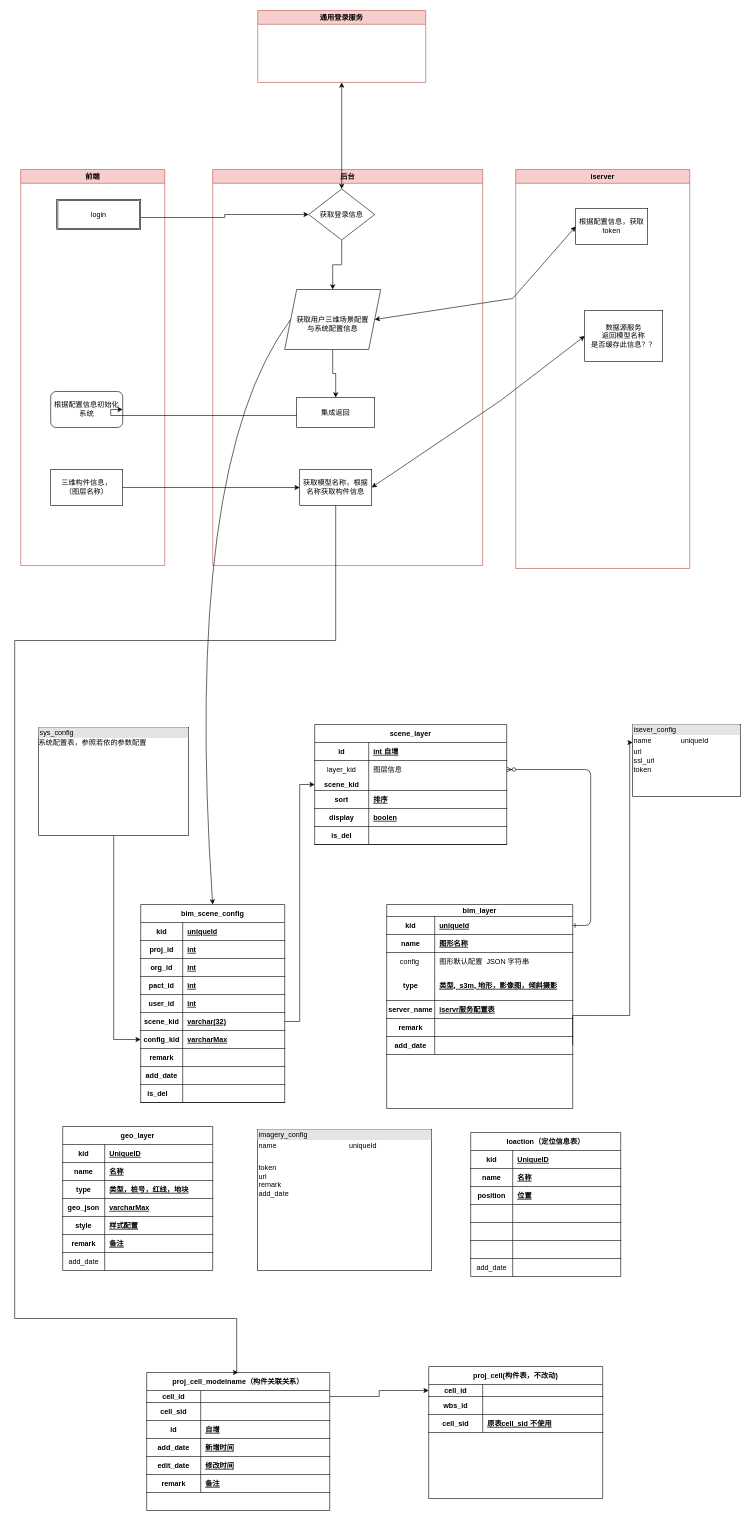
Before: wpbim/sql.drawio in eleven7/diagrams, a draw.io diagram. Source tidied: cells renumbered, new cells numbered last; positions are measured from the earlier drawing's top-left corner, leaving out a move shared by most shapes. Both pictures are drawn from the tidied source at 60%, with x=0, y=0 at pixel (14, 10).
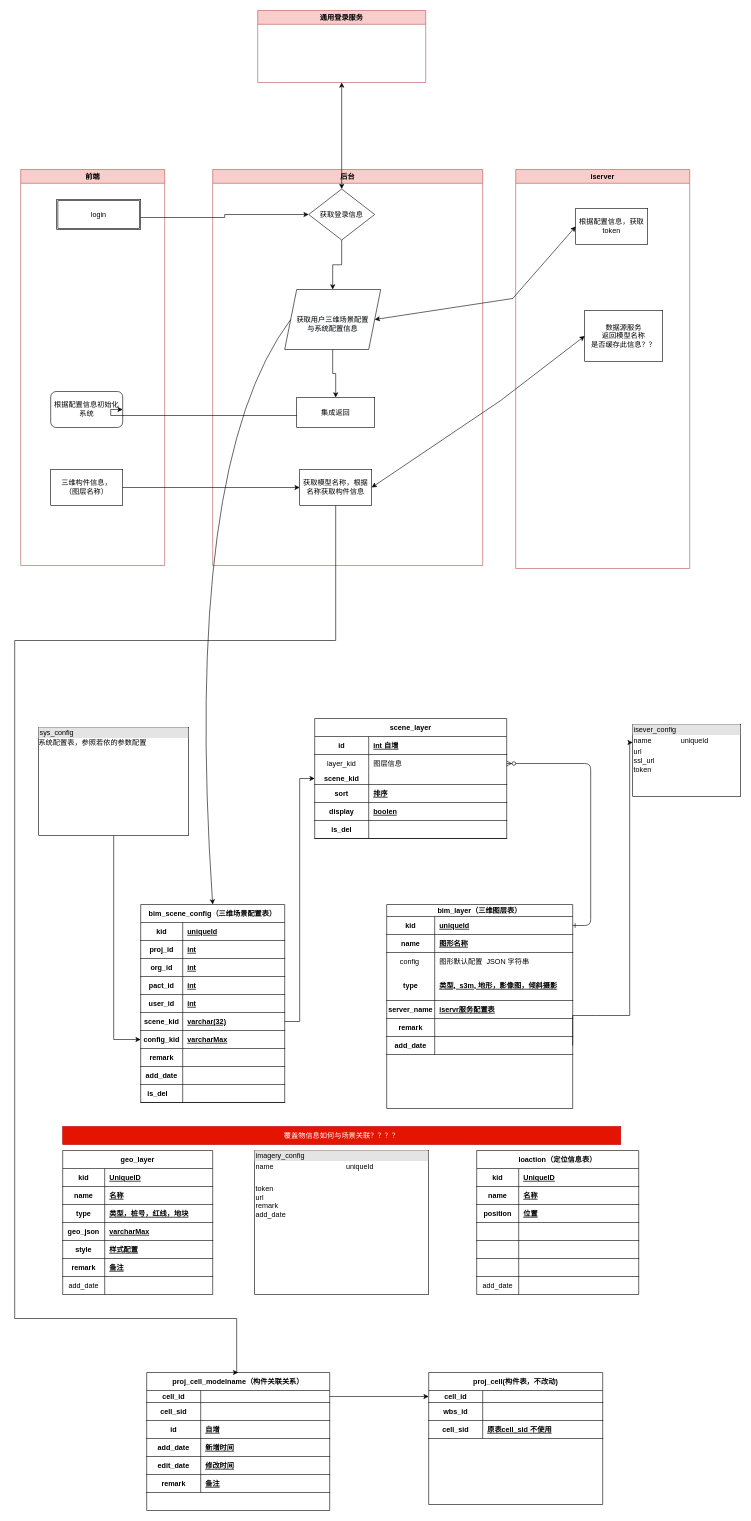
Above is the later version.

The change refers to these unchanged cells:
```xml
<mxCell id="9" value="后台" style="swimlane;whiteSpace=wrap;fillColor=#f8cecc;strokeColor=#b85450;" parent="1" vertex="1">
  <mxGeometry x="330" y="265" width="450" height="660" as="geometry" />
</mxCell>
```

The edit, as a diff of the source:
```diff
@@
-    <mxCell id="15" value="bim_layer" style="shape=table;startSize=20;childLayout=tableLayout;rowLines=0;fontStyle=1;align=center;" parent="9" vertex="1">
+    <mxCell id="15" value="bim_layer（三维图层表）" style="shape=table;startSize=20;childLayout=tableLayout;rowLines=0;fontStyle=1;align=center;" parent="9" vertex="1">
       <mxGeometry x="290" y="1225" width="310" height="340" as="geometry" />
     </mxCell>
@@
-    <mxCell id="37" value="bim_scene_config" style="shape=table;startSize=30;childLayout=tableLayout;rowLines=0;fontStyle=1;align=center;" parent="9" vertex="1">
+    <mxCell id="37" value="bim_scene_config（三维场景配置表）" style="shape=table;startSize=30;childLayout=tableLayout;rowLines=0;fontStyle=1;align=center;" parent="9" vertex="1">
       <mxGeometry x="-120" y="1225" width="240" height="330" as="geometry" />
     </mxCell>
@@
     <mxCell id="78" value="proj_cell(构件表，不改动)" style="shape=table;startSize=30;childLayout=tableLayout;rowLines=0;fontStyle=1;align=center;" parent="1" vertex="1">
-      <mxGeometry x="690" y="2260" width="290" height="220" as="geometry" />
+      <mxGeometry x="690" y="2270" width="290" height="220" as="geometry" />
     </mxCell>
@@
     <mxCell id="109" value="geo_layer" style="shape=table;startSize=30;childLayout=tableLayout;rowLines=0;fontStyle=1;align=center;" parent="1" vertex="1">
-      <mxGeometry x="80" y="1860" width="250" height="240" as="geometry" />
+      <mxGeometry x="80" y="1900" width="250" height="240" as="geometry" />
     </mxCell>
@@
     <mxCell id="131" value="&lt;div style=&quot;box-sizing:border-box;width:100%;background:#e4e4e4;padding:2px;&quot;&gt;imagery_config&lt;/div&gt;&lt;table style=&quot;width:100%;font-size:1em;&quot; cellpadding=&quot;2&quot; cellspacing=&quot;0&quot;&gt;&lt;tbody&gt;&lt;tr&gt;&lt;td&gt;name&lt;/td&gt;&lt;td&gt;uniqueId&lt;/td&gt;&lt;/tr&gt;&lt;tr&gt;&lt;td&gt;&lt;br&gt;&lt;/td&gt;&lt;td&gt;&lt;/td&gt;&lt;/tr&gt;&lt;tr&gt;&lt;td&gt;token&lt;br&gt;url&lt;br&gt;remark&lt;br&gt;add_date&lt;br&gt;&lt;br&gt;&lt;/td&gt;&lt;td&gt;&lt;br&gt;&lt;/td&gt;&lt;/tr&gt;&lt;/tbody&gt;&lt;/table&gt;" style="verticalAlign=top;align=left;overflow=fill;html=1;" parent="1" vertex="1">
-      <mxGeometry x="405" y="1865" width="290" height="235" as="geometry" />
+      <mxGeometry x="400" y="1900" width="290" height="240" as="geometry" />
     </mxCell>
     <mxCell id="132" value="loaction（定位信息表）" style="shape=table;startSize=30;childLayout=tableLayout;rowLines=0;fontStyle=1;align=center;" parent="1" vertex="1">
-      <mxGeometry x="760" y="1870" width="250" height="240" as="geometry" />
+      <mxGeometry x="770" y="1900" width="270" height="240" as="geometry" />
     </mxCell>
     <mxCell id="133" style="shape=tableRow;horizontal=0;startSize=0;swimlaneHead=0;swimlaneBody=0;fillColor=none;top=0;left=0;right=0;bottom=1;" parent="132" vertex="1">
-      <mxGeometry y="30" width="250" height="30" as="geometry" />
+      <mxGeometry y="30" width="270" height="30" as="geometry" />
     </mxCell>
@@
     <mxCell id="135" value="UniqueID" style="shape=partialRectangle;fillColor=none;top=0;left=0;bottom=0;right=0;align=left;spacingLeft=6;fontStyle=5;overflow=hidden;" parent="133" vertex="1">
-      <mxGeometry x="70" width="180" height="30" as="geometry" />
+      <mxGeometry x="70" width="200" height="30" as="geometry" />
     </mxCell>
     <mxCell id="136" style="shape=tableRow;horizontal=0;startSize=0;swimlaneHead=0;swimlaneBody=0;fillColor=none;top=0;left=0;right=0;bottom=1;" parent="132" vertex="1">
-      <mxGeometry y="60" width="250" height="30" as="geometry" />
+      <mxGeometry y="60" width="270" height="30" as="geometry" />
     </mxCell>
@@
     <mxCell id="138" value="名称" style="shape=partialRectangle;fillColor=none;top=0;left=0;bottom=0;right=0;align=left;spacingLeft=6;fontStyle=5;overflow=hidden;" parent="136" vertex="1">
-      <mxGeometry x="70" width="180" height="30" as="geometry" />
+      <mxGeometry x="70" width="200" height="30" as="geometry" />
     </mxCell>
     <mxCell id="139" style="shape=tableRow;horizontal=0;startSize=0;swimlaneHead=0;swimlaneBody=0;fillColor=none;top=0;left=0;right=0;bottom=1;" parent="132" vertex="1">
-      <mxGeometry y="90" width="250" height="30" as="geometry" />
+      <mxGeometry y="90" width="270" height="30" as="geometry" />
     </mxCell>
@@
     <mxCell id="141" value="位置" style="shape=partialRectangle;fillColor=none;top=0;left=0;bottom=0;right=0;align=left;spacingLeft=6;fontStyle=5;overflow=hidden;" parent="139" vertex="1">
-      <mxGeometry x="70" width="180" height="30" as="geometry" />
+      <mxGeometry x="70" width="200" height="30" as="geometry" />
     </mxCell>
     <mxCell id="142" style="shape=tableRow;horizontal=0;startSize=0;swimlaneHead=0;swimlaneBody=0;fillColor=none;top=0;left=0;right=0;bottom=1;" parent="132" vertex="1">
-      <mxGeometry y="120" width="250" height="30" as="geometry" />
+      <mxGeometry y="120" width="270" height="30" as="geometry" />
     </mxCell>
@@
     <mxCell id="144" style="shape=partialRectangle;fillColor=none;top=0;left=0;bottom=0;right=0;align=left;spacingLeft=6;fontStyle=5;overflow=hidden;" parent="142" vertex="1">
-      <mxGeometry x="70" width="180" height="30" as="geometry" />
+      <mxGeometry x="70" width="200" height="30" as="geometry" />
     </mxCell>
     <mxCell id="145" style="shape=tableRow;horizontal=0;startSize=0;swimlaneHead=0;swimlaneBody=0;fillColor=none;top=0;left=0;right=0;bottom=1;" parent="132" vertex="1">
-      <mxGeometry y="150" width="250" height="30" as="geometry" />
+      <mxGeometry y="150" width="270" height="30" as="geometry" />
     </mxCell>
@@
     <mxCell id="147" style="shape=partialRectangle;fillColor=none;top=0;left=0;bottom=0;right=0;align=left;spacingLeft=6;fontStyle=5;overflow=hidden;" parent="145" vertex="1">
-      <mxGeometry x="70" width="180" height="30" as="geometry" />
+      <mxGeometry x="70" width="200" height="30" as="geometry" />
     </mxCell>
     <mxCell id="148" style="shape=tableRow;horizontal=0;startSize=0;swimlaneHead=0;swimlaneBody=0;fillColor=none;top=0;left=0;right=0;bottom=1;" parent="132" vertex="1">
-      <mxGeometry y="180" width="250" height="30" as="geometry" />
+      <mxGeometry y="180" width="270" height="30" as="geometry" />
     </mxCell>
@@
     <mxCell id="150" style="shape=partialRectangle;fillColor=none;top=0;left=0;bottom=0;right=0;align=left;spacingLeft=6;fontStyle=5;overflow=hidden;" parent="148" vertex="1">
-      <mxGeometry x="70" width="180" height="30" as="geometry" />
+      <mxGeometry x="70" width="200" height="30" as="geometry" />
     </mxCell>
     <mxCell id="151" style="shape=tableRow;horizontal=0;startSize=0;swimlaneHead=0;swimlaneBody=0;fillColor=none;top=0;left=0;right=0;bottom=0;" parent="132" vertex="1">
-      <mxGeometry y="210" width="250" height="30" as="geometry" />
+      <mxGeometry y="210" width="270" height="30" as="geometry" />
     </mxCell>
@@
     <mxCell id="153" style="shape=partialRectangle;fillColor=none;top=0;left=0;bottom=0;right=0;align=left;spacingLeft=6;overflow=hidden;" parent="151" vertex="1">
-      <mxGeometry x="70" width="180" height="30" as="geometry" />
+      <mxGeometry x="70" width="200" height="30" as="geometry" />
     </mxCell>
@@
     <mxCell id="156" value="scene_layer" style="shape=table;startSize=30;childLayout=tableLayout;rowLines=0;fontStyle=1;align=center;" parent="1" vertex="1">
-      <mxGeometry x="500" y="1190" width="320" height="200" as="geometry" />
+      <mxGeometry x="500" y="1180" width="320" height="200" as="geometry" />
     </mxCell>
@@
+    <mxCell id="178" value="覆盖物信息如何与场景关联？？？？" style="rounded=0;whiteSpace=wrap;html=1;fillColor=#e51400;strokeColor=#B20000;fontColor=#ffffff;" parent="1" vertex="1">
+      <mxGeometry x="80" y="1860" width="930" height="30" as="geometry" />
+    </mxCell>
```
